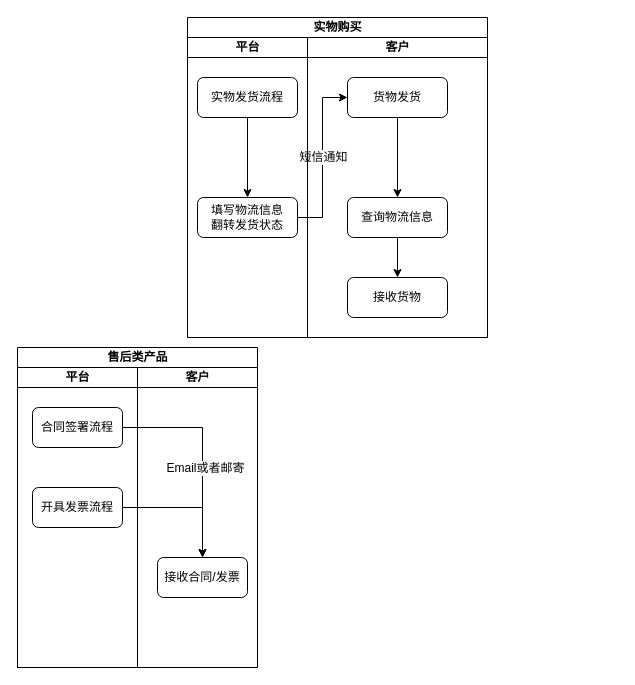
janzhou123/mydraw keeps this draw.io diagram as page "实物购买" (3 of 4) of 注册.drawio. Above is the earlier version. Source tidied: cells renumbered, new cells numbered last; positions are measured from the earlier drawing's top-left corner, leaving out a move shared by most shapes. Both pictures are drawn from the tidied source at 100%, with x=0, y=0 at pixel (17, 17).
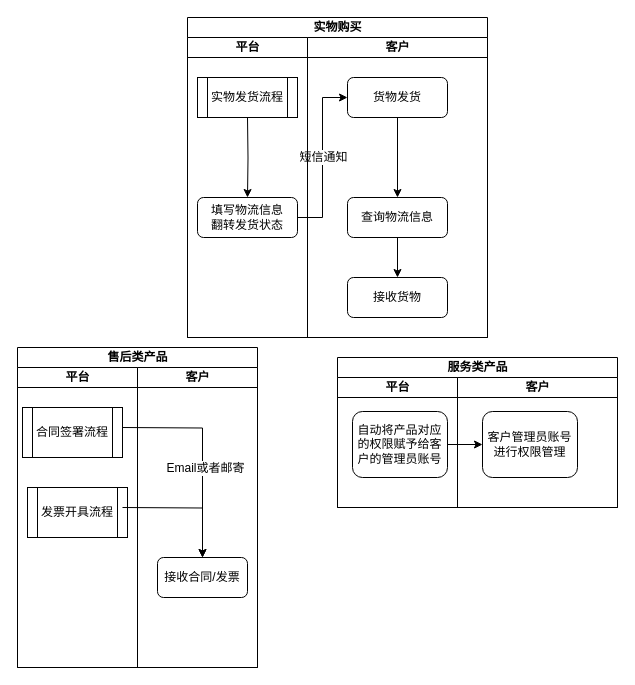
Above is the later version.

The change refers to these unchanged cells:
```xml
<mxCell id="3" value="平台" style="swimlane;html=1;startSize=20;" parent="2" vertex="1">
  <mxGeometry y="20" width="120" height="300" as="geometry" />
</mxCell>
<mxCell id="15" value="售后类产品" style="swimlane;html=1;startSize=20;" parent="1" vertex="1">
  <mxGeometry y="330" width="240" height="320" as="geometry" />
</mxCell>
<mxCell id="16" value="平台" style="swimlane;html=1;startSize=20;" parent="15" vertex="1">
  <mxGeometry y="20" width="120" height="300" as="geometry" />
</mxCell>
<mxCell id="20" value="接收合同/发票" style="rounded=1;whiteSpace=wrap;html=1;" parent="19" vertex="1">
  <mxGeometry x="20" y="190" width="90" height="40" as="geometry" />
</mxCell>
```

The edit, as a diff of the source:
```diff
@@
-    <mxCell id="4" style="edgeStyle=orthogonalEdgeStyle;rounded=0;jettySize=auto;html=1;" parent="3" edge="1" source="5" target="6">
-      <mxGeometry relative="1" as="geometry" />
+    <mxCell id="4" style="edgeStyle=orthogonalEdgeStyle;rounded=0;jettySize=auto;html=1;" parent="3" edge="1" target="6">
+      <mxGeometry relative="1" as="geometry">
+        <mxPoint x="60" y="80" as="sourcePoint" />
+      </mxGeometry>
     </mxCell>
+    <mxCell id="6" value="填写物流信息&lt;br&gt;翻转发货状态" style="rounded=1;whiteSpace=wrap;html=1;" parent="3" vertex="1">
+      <mxGeometry x="10" y="160" width="100" height="40" as="geometry" />
+    </mxCell>
-    <mxCell id="5" value="实物发货流程" style="rounded=1;whiteSpace=wrap;html=1;" parent="3" vertex="1">
+    <mxCell id="5" value="&lt;span style=&quot;white-space: normal&quot;&gt;实物发货流程&lt;/span&gt;" style="shape=process;whiteSpace=wrap;html=1;backgroundOutline=1;" parent="3" vertex="1">
       <mxGeometry x="10" y="40" width="100" height="40" as="geometry" />
     </mxCell>
-    <mxCell id="6" value="填写物流信息&lt;br&gt;翻转发货状态" style="rounded=1;whiteSpace=wrap;html=1;" parent="3" vertex="1">
-      <mxGeometry x="10" y="160" width="100" height="40" as="geometry" />
-    </mxCell>
@@
-    <mxCell id="17" value="合同签署流程" style="rounded=1;whiteSpace=wrap;html=1;" parent="16" vertex="1">
-      <mxGeometry x="15" y="40" width="90" height="40" as="geometry" />
+    <mxCell id="17" value="合同签署流程" style="shape=process;whiteSpace=wrap;html=1;backgroundOutline=1;" parent="16" vertex="1">
+      <mxGeometry x="5" y="40" width="100" height="50" as="geometry" />
     </mxCell>
-    <mxCell id="18" value="开具发票流程" style="rounded=1;whiteSpace=wrap;html=1;" parent="16" vertex="1">
-      <mxGeometry x="15" y="120" width="90" height="40" as="geometry" />
-    </mxCell>
+    <mxCell id="24" value="发票开具流程" style="shape=process;whiteSpace=wrap;html=1;backgroundOutline=1;" parent="16" vertex="1">
+      <mxGeometry x="10" y="120" width="100" height="50" as="geometry" />
+    </mxCell>
@@
-    <mxCell id="21" style="edgeStyle=orthogonalEdgeStyle;rounded=0;jettySize=auto;html=1;" parent="15" edge="1" source="18" target="20">
-      <mxGeometry relative="1" as="geometry" />
+    <mxCell id="21" style="edgeStyle=orthogonalEdgeStyle;rounded=0;jettySize=auto;html=1;" parent="15" edge="1" target="20">
+      <mxGeometry relative="1" as="geometry">
+        <mxPoint x="105" y="160" as="sourcePoint" />
+      </mxGeometry>
     </mxCell>
-    <mxCell id="22" style="edgeStyle=orthogonalEdgeStyle;rounded=0;jettySize=auto;html=1;entryX=0.5;entryY=0;entryDx=0;entryDy=0;" parent="15" edge="1" source="17" target="20">
-      <mxGeometry relative="1" as="geometry" />
+    <mxCell id="22" style="edgeStyle=orthogonalEdgeStyle;rounded=0;jettySize=auto;html=1;entryX=0.5;entryY=0;entryDx=0;entryDy=0;" parent="15" edge="1" target="20">
+      <mxGeometry relative="1" as="geometry">
+        <mxPoint x="105" y="80" as="sourcePoint" />
+      </mxGeometry>
     </mxCell>
@@
+    <mxCell id="25" value="服务类产品" style="swimlane;html=1;startSize=20;" parent="1" vertex="1">
+      <mxGeometry x="320" y="340" width="280" height="150" as="geometry" />
+    </mxCell>
+    <mxCell id="26" value="平台" style="swimlane;html=1;startSize=20;" parent="25" vertex="1">
+      <mxGeometry y="20" width="120" height="130" as="geometry" />
+    </mxCell>
+    <mxCell id="27" value="自动将产品对应的权限赋予给客户的管理员账号" style="rounded=1;whiteSpace=wrap;html=1;" parent="26" vertex="1">
+      <mxGeometry x="15" y="34" width="95" height="66" as="geometry" />
+    </mxCell>
+    <mxCell id="28" value="客户" style="swimlane;html=1;startSize=20;" parent="25" vertex="1">
+      <mxGeometry x="120" y="20" width="160" height="130" as="geometry" />
+    </mxCell>
+    <mxCell id="29" value="客户管理员账号进行权限管理" style="rounded=1;whiteSpace=wrap;html=1;" parent="28" vertex="1">
+      <mxGeometry x="25" y="34" width="95" height="66" as="geometry" />
+    </mxCell>
+    <mxCell id="30" style="edgeStyle=orthogonalEdgeStyle;rounded=0;jettySize=auto;html=1;exitX=1;exitY=0.5;exitDx=0;exitDy=0;entryX=0;entryY=0.5;entryDx=0;entryDy=0;" parent="25" edge="1" source="27" target="29">
+      <mxGeometry relative="1" as="geometry" />
+    </mxCell>
```
